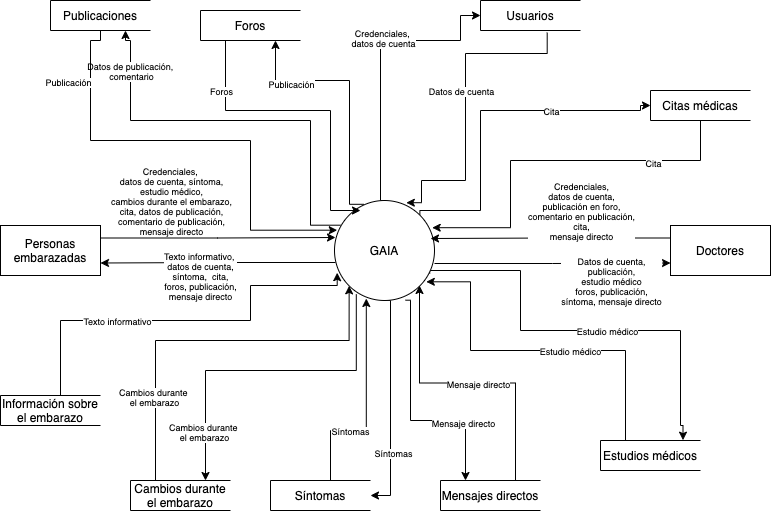
melimer/AyDS-web keeps this draw.io diagram as img/iter1/dfdN0.png. Above is the earlier version. Source tidied: cells renumbered, new cells last; positions are measured from the earlier drawing's top-left corner, leaving out a move shared by most shapes.
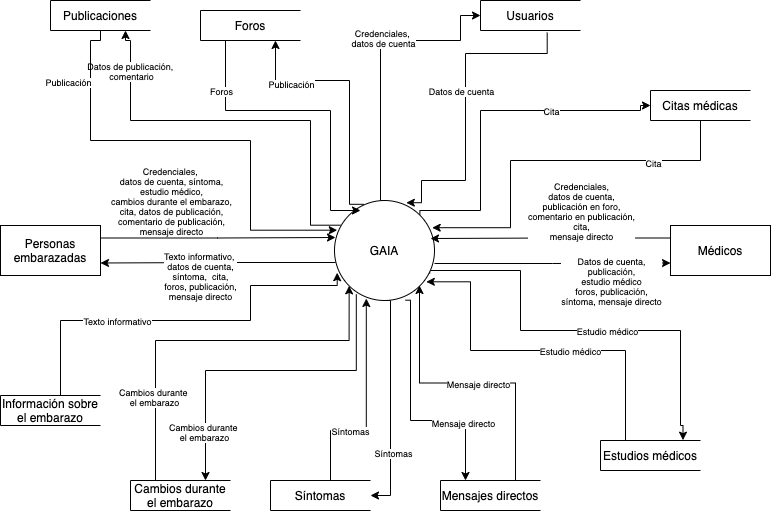
Later version of the same file.

Diff of the diagram source:
```diff
@@ -128,7 +128,7 @@
     <mxCell id="22" value="Personas embarazadas" style="html=1;dashed=0;whiteSpace=wrap;" parent="1" vertex="1">
       <mxGeometry y="225" width="100" height="50" as="geometry" />
     </mxCell>
-    <mxCell id="23" value="Doctores" style="html=1;dashed=0;whiteSpace=wrap;" parent="1" vertex="1">
+    <mxCell id="23" value="Médicos" style="html=1;dashed=0;whiteSpace=wrap;" parent="1" vertex="1">
       <mxGeometry x="670" y="225" width="100" height="50" as="geometry" />
     </mxCell>
     <mxCell id="24" style="edgeStyle=orthogonalEdgeStyle;rounded=0;jettySize=auto;html=1;exitX=0;exitY=0.25;exitDx=0;exitDy=0;entryX=0.96;entryY=0.38;entryDx=0;entryDy=0;entryPerimeter=0;" parent="1" edge="1" source="23" target="21">
```
